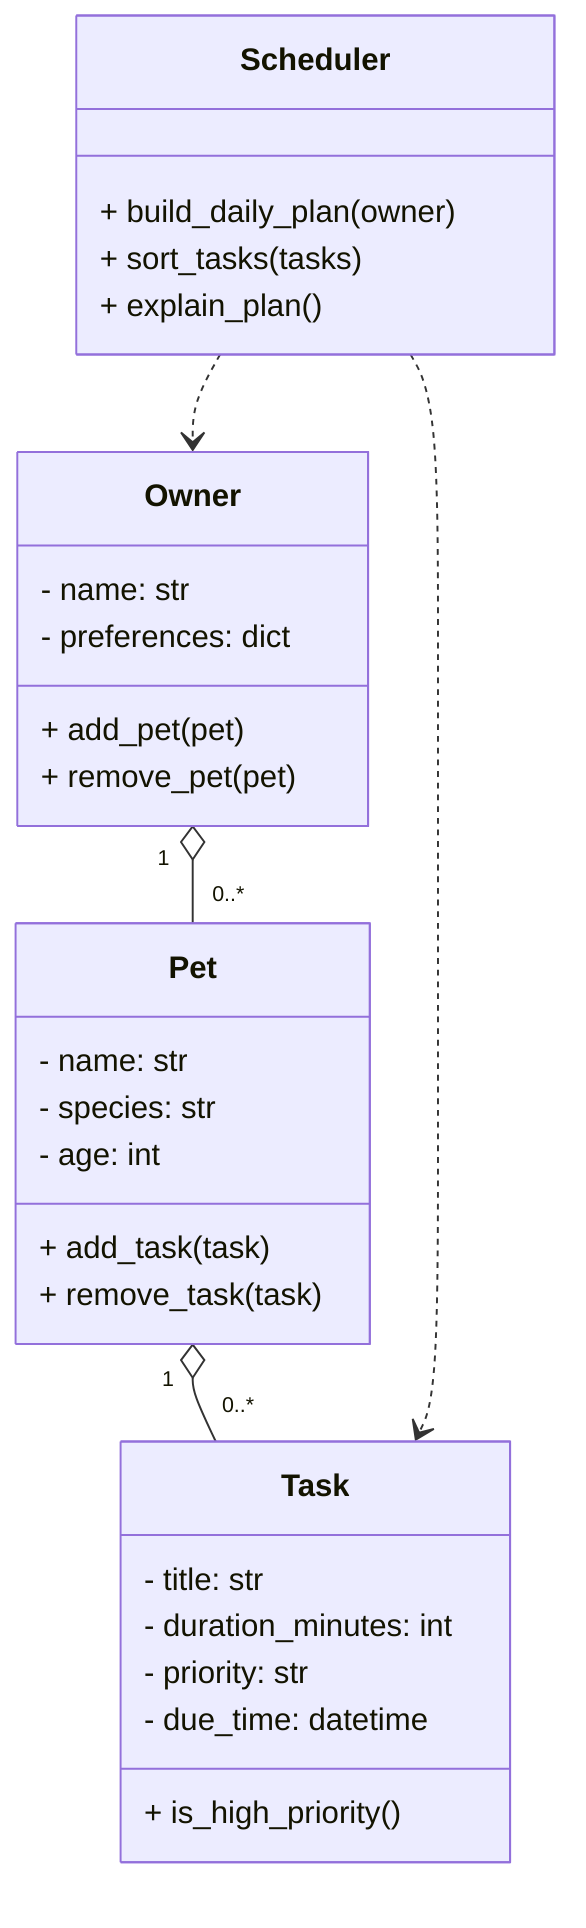
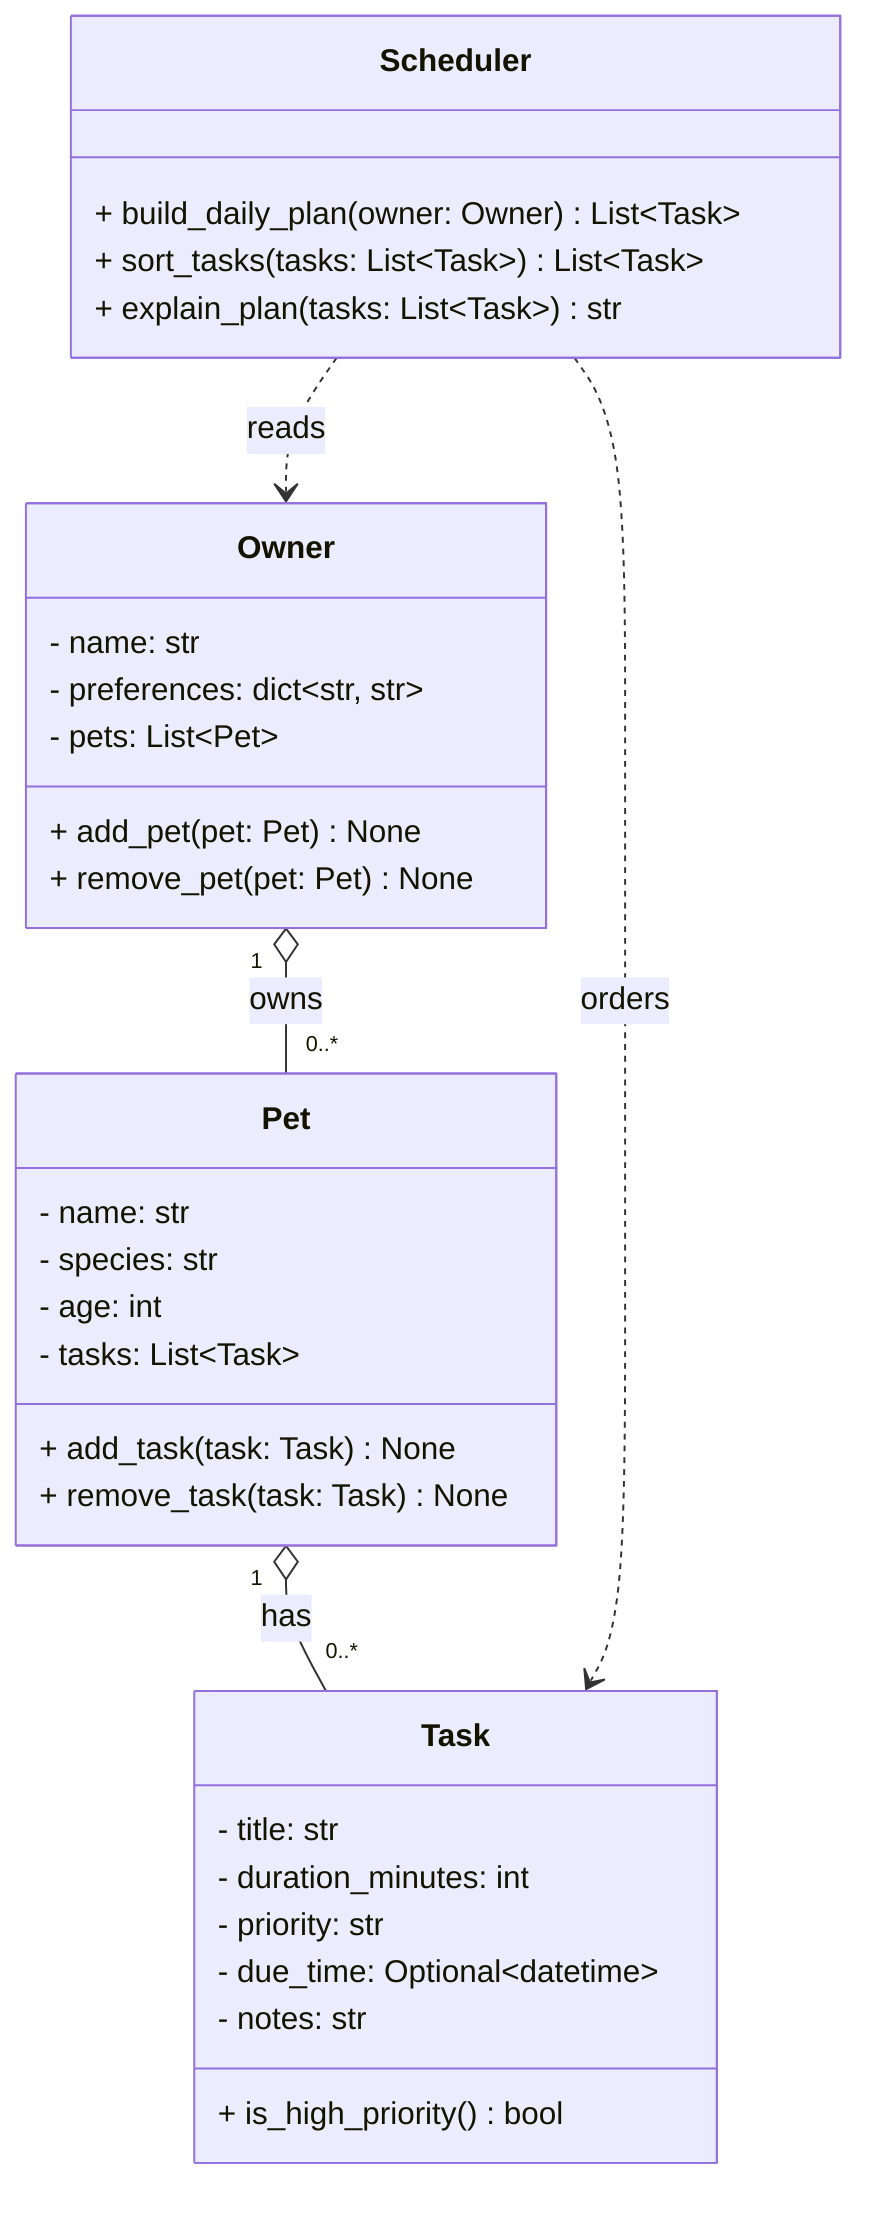
classDiagram
    class Owner {
        - name: str
-         - preferences: dict
-         + add_pet(pet)
-         + remove_pet(pet)
+         - preferences: dict~str, str~
+         - pets: List~Pet~
+         + add_pet(pet: Pet) None
+         + remove_pet(pet: Pet) None
    }

    class Pet {
        - name: str
        - species: str
        - age: int
-         + add_task(task)
-         + remove_task(task)
+         - tasks: List~Task~
+         + add_task(task: Task) None
+         + remove_task(task: Task) None
    }

    class Task {
        - title: str
        - duration_minutes: int
        - priority: str
-         - due_time: datetime
-         + is_high_priority()
+         - due_time: Optional~datetime~
+         - notes: str
+         + is_high_priority() bool
    }

    class Scheduler {
-         + build_daily_plan(owner)
-         + sort_tasks(tasks)
-         + explain_plan()
+         + build_daily_plan(owner: Owner) List~Task~
+         + sort_tasks(tasks: List~Task~) List~Task~
+         + explain_plan(tasks: List~Task~) str
    }

-     Owner "1" o-- "0..*" Pet
-     Pet "1" o-- "0..*" Task
-     Scheduler ..> Owner
-     Scheduler ..> Task
+     Owner "1" o-- "0..*" Pet : owns
+     Pet "1" o-- "0..*" Task : has
+     Scheduler ..> Owner : reads
+     Scheduler ..> Task : orders
